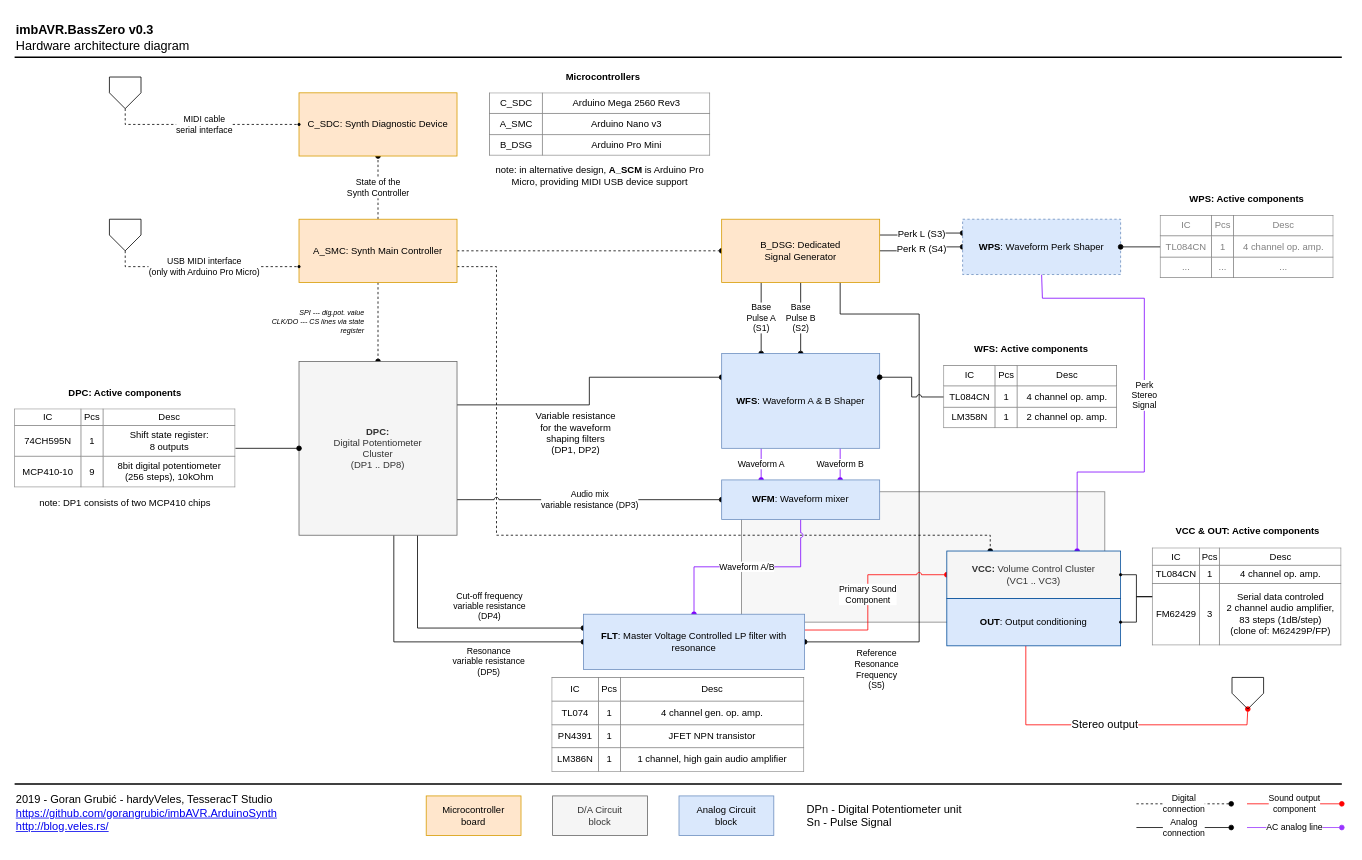
This is page "Architecture_Hardware" (1 of 12) of BassZero_Diagrams2.drawio from gorangrubic/imbAVR.ArduinoSynth, a draw.io file, before an edit. Source tidied: cells renumbered, new cells numbered last; positions are measured from the earlier drawing's top-left corner, leaving out a move shared by most shapes. Both pictures are drawn from the tidied source at 79%, with x=0, y=0 at pixel (14, 13).
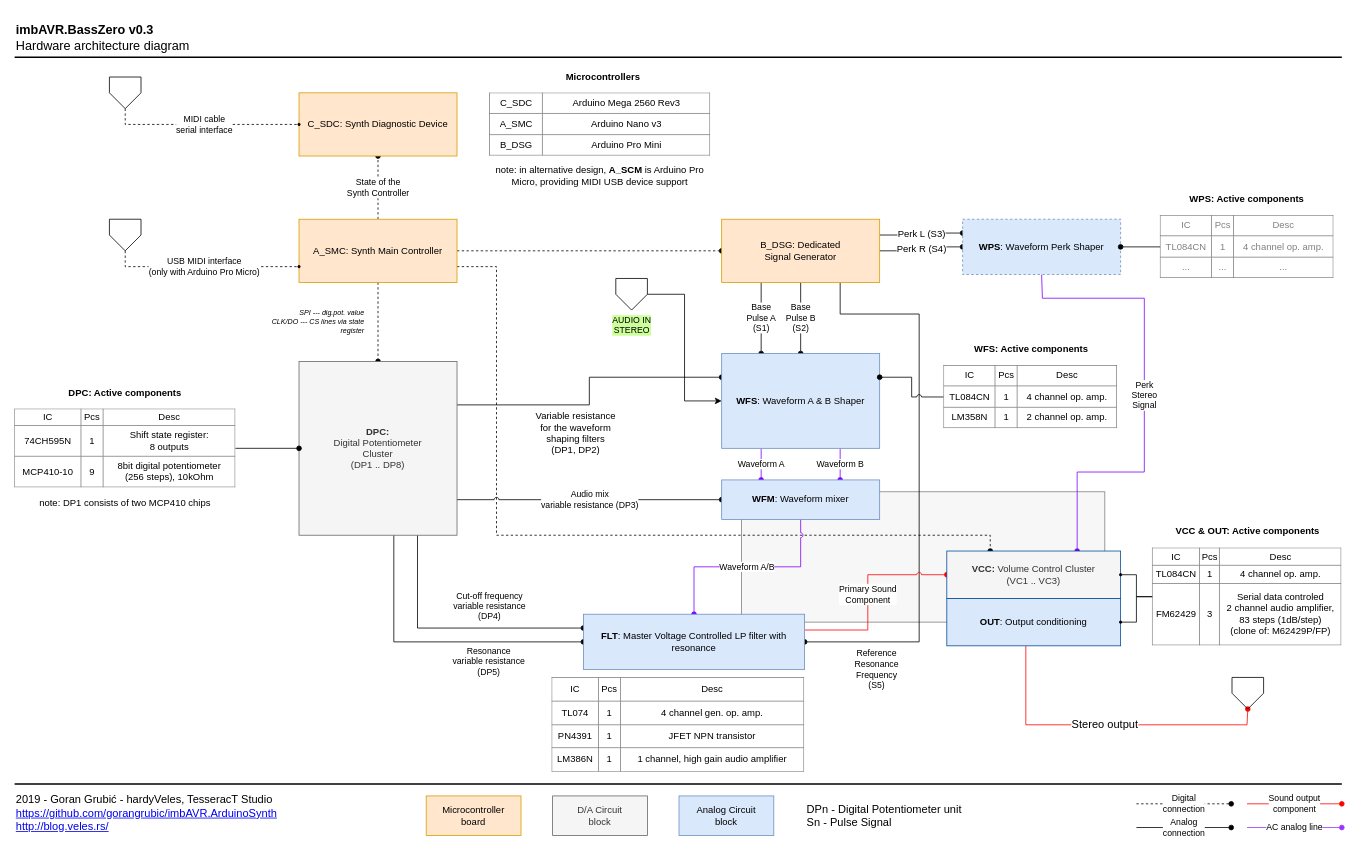
After the change.

Unchanged cells that the change refers to:
```xml
<mxCell id="25" value="&lt;b&gt;WFS&lt;/b&gt;: Waveform A &amp;amp; B Shaper" style="rounded=0;whiteSpace=wrap;html=1;fillColor=#dae8fc;strokeColor=#6c8ebf;" parent="1" vertex="1">
  <mxGeometry x="895" y="430" width="200" height="120" as="geometry" />
</mxCell>
```

Change to the diagram source:
```diff
@@
+    <mxCell id="72" style="edgeStyle=orthogonalEdgeStyle;rounded=0;jettySize=auto;html=1;entryX=0;entryY=0.5;entryDx=0;entryDy=0;fontFamily=Helvetica;" parent="1" edge="1" source="73" target="25">
+      <mxGeometry relative="1" as="geometry" />
+    </mxCell>
+    <mxCell id="73" value="AUDIO IN&lt;br&gt;STEREO" style="verticalLabelPosition=bottom;verticalAlign=top;html=1;strokeWidth=1;shape=offPageConnector;rounded=0;size=0.5;labelBackgroundColor=#CCFF99;fillColor=none;fontFamily=Helvetica;fontSize=11;fontColor=#000000;align=center;" parent="1" vertex="1">
+      <mxGeometry x="761" y="335" width="40" height="40" as="geometry" />
+    </mxCell>
```
